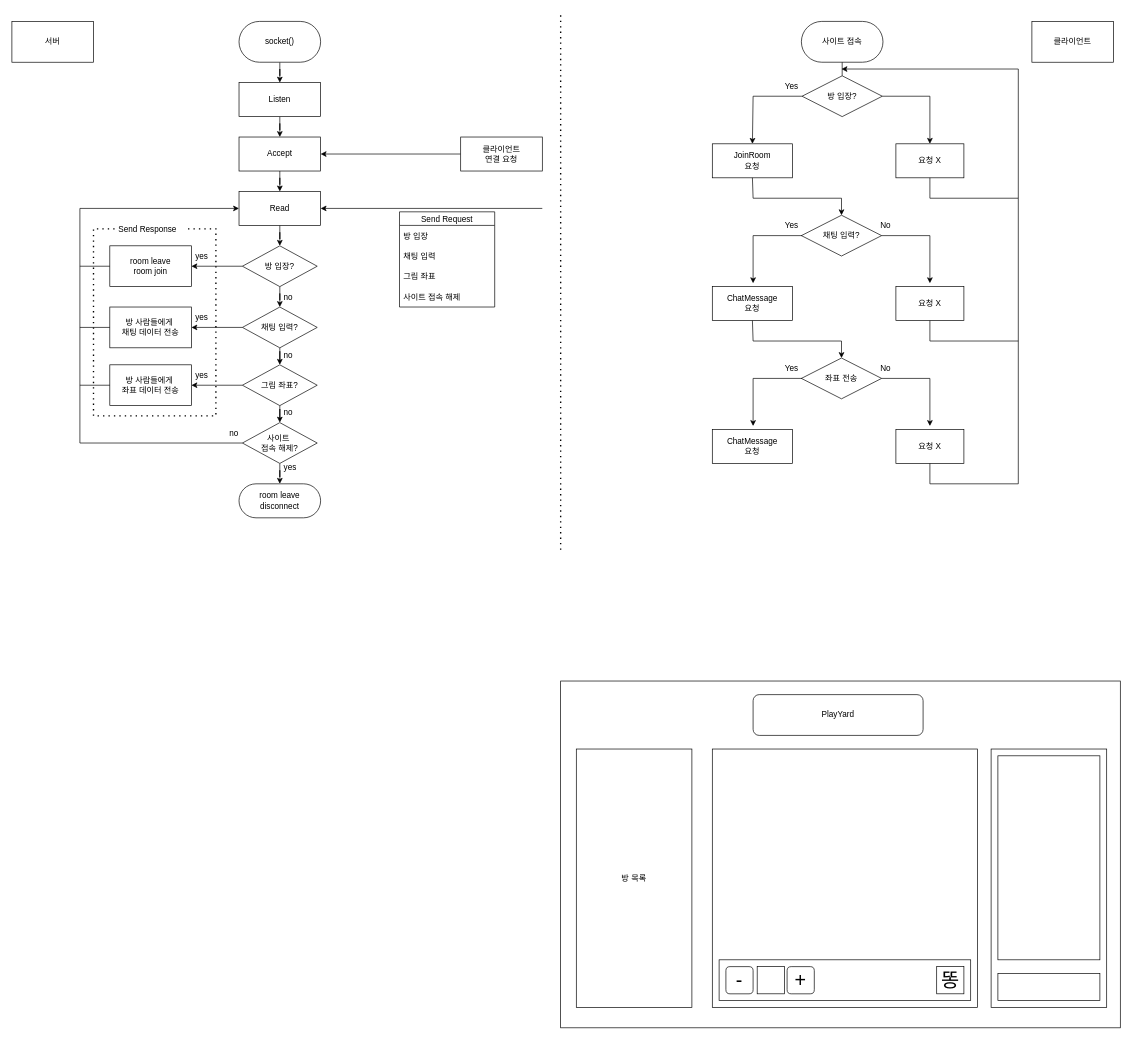
Above: Untitled Diagram.drawio in riulwoo/playyard (draw.io), before the change. Source tidied: cells renumbered, new cells numbered last; positions are measured from the earlier drawing's top-left corner, leaving out a move shared by most shapes. Both pictures are drawn from the tidied source at 68%, with x=0, y=0 at pixel (12, 12).
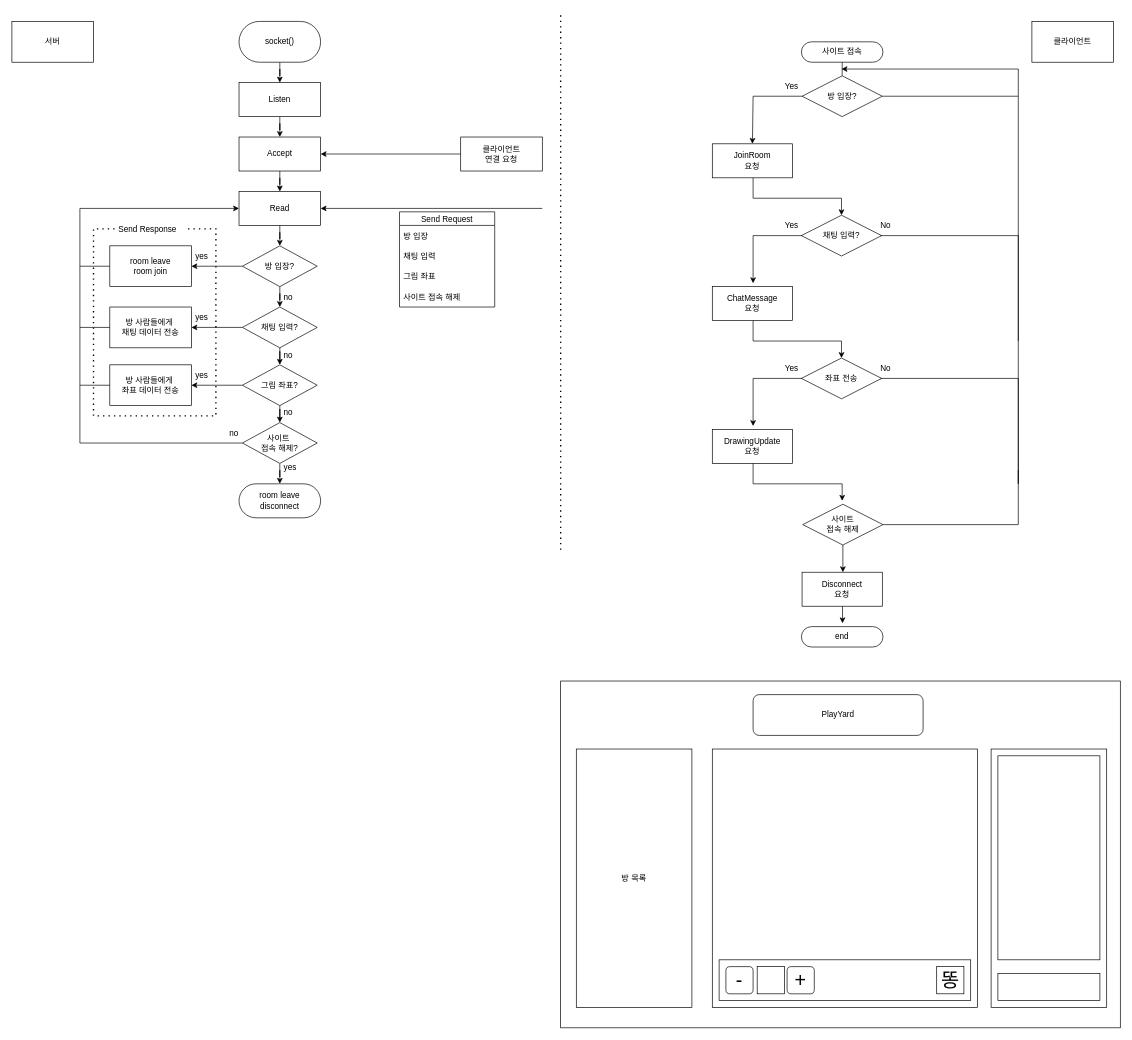
Above is the later version.

Unchanged cells that the change refers to:
```xml
<mxCell id="22" value="방 입장?" style="rhombus;whiteSpace=wrap;html=1;" parent="1" vertex="1">
  <mxGeometry x="1162" y="93" width="118" height="60" as="geometry" />
</mxCell>
<mxCell id="27" value="JoinRoom&lt;br&gt;요청" style="rounded=0;whiteSpace=wrap;html=1;" parent="1" vertex="1">
  <mxGeometry x="1030" y="193" width="118" height="50" as="geometry" />
</mxCell>
<mxCell id="30" value="No" style="text;html=1;strokeColor=none;fillColor=none;align=center;verticalAlign=middle;whiteSpace=wrap;rounded=0;" parent="1" vertex="1">
  <mxGeometry x="1270" y="298" width="30" height="30" as="geometry" />
</mxCell>
<mxCell id="46" value="채팅 입력?" style="rhombus;whiteSpace=wrap;html=1;" parent="1" vertex="1">
  <mxGeometry x="1161" y="298" width="118" height="60" as="geometry" />
</mxCell>
<mxCell id="76" value="No" style="text;html=1;strokeColor=none;fillColor=none;align=center;verticalAlign=middle;whiteSpace=wrap;rounded=0;" parent="1" vertex="1">
  <mxGeometry x="1270" y="508" width="30" height="30" as="geometry" />
</mxCell>
<mxCell id="77" value="좌표 전송" style="rhombus;whiteSpace=wrap;html=1;" parent="1" vertex="1">
  <mxGeometry x="1161" y="508" width="118" height="60" as="geometry" />
</mxCell>
```

Diff of the diagram source:
```diff
@@
     <mxCell id="18" value="사이트 접속" style="rounded=1;whiteSpace=wrap;html=1;arcSize=50;" parent="1" vertex="1">
-      <mxGeometry x="1161" y="13" width="120" height="60" as="geometry" />
+      <mxGeometry x="1161" y="43" width="120" height="30" as="geometry" />
     </mxCell>
@@
-    <mxCell id="42" style="endArrow=classic;html=1;rounded=0;exitX=1;exitY=0.5;exitDx=0;exitDy=0;entryX=0.5;entryY=0;entryDx=0;entryDy=0;" parent="1" edge="1" source="22" target="44">
-      <mxGeometry relative="1" as="geometry">
-        <Array as="points">
-          <mxPoint x="1350" y="123" />
-        </Array>
-      </mxGeometry>
-    </mxCell>
@@
-    <mxCell id="44" value="요청 X" style="rounded=0;whiteSpace=wrap;html=1;" parent="1" vertex="1">
-      <mxGeometry x="1300" y="193" width="100" height="50" as="geometry" />
-    </mxCell>
@@
-    <mxCell id="48" style="endArrow=classic;html=1;rounded=0;exitX=1;exitY=0.5;exitDx=0;exitDy=0;" parent="1" edge="1" source="46">
-      <mxGeometry relative="1" as="geometry">
-        <mxPoint x="1350" y="398" as="targetPoint" />
-        <Array as="points">
-          <mxPoint x="1350" y="328" />
-        </Array>
-      </mxGeometry>
-    </mxCell>
@@
-    <mxCell id="52" style="endArrow=none;html=1;rounded=0;exitX=0.5;exitY=1;exitDx=0;exitDy=0;" parent="1" edge="1" source="27">
+    <mxCell id="52" style="endArrow=none;html=1;rounded=0;" parent="1" edge="1">
       <mxGeometry relative="1" as="geometry">
+        <mxPoint x="1090" y="243" as="sourcePoint" />
         <mxPoint x="1220" y="273" as="targetPoint" />
         <Array as="points">
           <mxPoint x="1090" y="273" />
         </Array>
       </mxGeometry>
     </mxCell>
@@
-    <mxCell id="73" value="요청 X" style="rounded=0;whiteSpace=wrap;html=1;" parent="1" vertex="1">
-      <mxGeometry x="1300" y="403" width="100" height="50" as="geometry" />
-    </mxCell>
@@
-    <mxCell id="78" style="endArrow=classic;html=1;rounded=0;exitX=1;exitY=0.5;exitDx=0;exitDy=0;" parent="1" edge="1" source="77">
-      <mxGeometry relative="1" as="geometry">
-        <mxPoint x="1350" y="608" as="targetPoint" />
-        <Array as="points">
-          <mxPoint x="1350" y="538" />
-        </Array>
-      </mxGeometry>
-    </mxCell>
@@
-    <mxCell id="80" style="endArrow=none;html=1;rounded=0;exitX=0.5;exitY=1;exitDx=0;exitDy=0;" parent="1" edge="1">
+    <mxCell id="80" style="endArrow=none;html=1;rounded=0;" parent="1" edge="1">
       <mxGeometry relative="1" as="geometry">
-        <mxPoint x="1089" y="453" as="sourcePoint" />
+        <mxPoint x="1090" y="453" as="sourcePoint" />
         <mxPoint x="1220" y="483" as="targetPoint" />
         <Array as="points">
           <mxPoint x="1090" y="483" />
         </Array>
       </mxGeometry>
     </mxCell>
@@
-    <mxCell id="82" value="ChatMessage&lt;br&gt;요청" style="rounded=0;whiteSpace=wrap;html=1;" parent="1" vertex="1">
+    <mxCell id="82" value="DrawingUpdate&lt;br&gt;요청" style="rounded=0;whiteSpace=wrap;html=1;" parent="1" vertex="1">
       <mxGeometry x="1030" y="613" width="118" height="50" as="geometry" />
     </mxCell>
-    <mxCell id="83" value="요청 X" style="rounded=0;whiteSpace=wrap;html=1;" parent="1" vertex="1">
-      <mxGeometry x="1300" y="613" width="100" height="50" as="geometry" />
-    </mxCell>
@@
-    <mxCell id="85" style="endArrow=none;html=1;rounded=0;exitX=0.5;exitY=1;exitDx=0;exitDy=0;" parent="1" edge="1">
+    <mxCell id="85" style="endArrow=none;html=1;rounded=0;exitX=1;exitY=0.5;exitDx=0;exitDy=0;" parent="1" edge="1" source="22">
       <mxGeometry relative="1" as="geometry">
-        <mxPoint x="1350" y="243" as="sourcePoint" />
         <mxPoint x="1480" y="83" as="targetPoint" />
         <Array as="points">
-          <mxPoint x="1350" y="273" />
-          <mxPoint x="1480" y="273" />
+          <mxPoint x="1480" y="123" />
         </Array>
       </mxGeometry>
     </mxCell>
@@
-    <mxCell id="87" style="endArrow=none;html=1;rounded=0;exitX=0.5;exitY=1;exitDx=0;exitDy=0;" parent="1" edge="1">
+    <mxCell id="87" style="endArrow=none;html=1;rounded=0;exitX=0.25;exitY=1;exitDx=0;exitDy=0;" parent="1" edge="1" source="30">
       <mxGeometry relative="1" as="geometry">
-        <mxPoint x="1350" y="453" as="sourcePoint" />
-        <mxPoint x="1480" y="273" as="targetPoint" />
+        <mxPoint x="1480" y="123" as="targetPoint" />
         <Array as="points">
-          <mxPoint x="1350" y="483" />
+          <mxPoint x="1480" y="328" />
           <mxPoint x="1480" y="483" />
         </Array>
       </mxGeometry>
     </mxCell>
-    <mxCell id="88" style="endArrow=none;html=1;rounded=0;exitX=0.5;exitY=1;exitDx=0;exitDy=0;" parent="1" edge="1">
+    <mxCell id="88" style="endArrow=none;html=1;rounded=0;exitX=0.25;exitY=1;exitDx=0;exitDy=0;" parent="1" edge="1" source="76">
       <mxGeometry relative="1" as="geometry">
-        <mxPoint x="1350" y="663" as="sourcePoint" />
         <mxPoint x="1480" y="483" as="targetPoint" />
         <Array as="points">
-          <mxPoint x="1350" y="693" />
+          <mxPoint x="1480" y="538" />
           <mxPoint x="1480" y="693" />
         </Array>
       </mxGeometry>
     </mxCell>
+    <mxCell id="92" style="endArrow=none;html=1;rounded=0;exitX=0.5;exitY=1;exitDx=0;exitDy=0;" parent="1" edge="1">
+      <mxGeometry relative="1" as="geometry">
+        <mxPoint x="1090" y="663" as="sourcePoint" />
+        <mxPoint x="1221" y="693" as="targetPoint" />
+        <Array as="points">
+          <mxPoint x="1090" y="693" />
+        </Array>
+      </mxGeometry>
+    </mxCell>
@@
+    <mxCell id="93" style="endArrow=classic;html=1;rounded=0;entryX=0.5;entryY=0;entryDx=0;entryDy=0;" parent="1" edge="1">
+      <mxGeometry relative="1" as="geometry">
+        <mxPoint x="1221" y="693" as="sourcePoint" />
+        <mxPoint x="1221" y="718" as="targetPoint" />
+      </mxGeometry>
+    </mxCell>
@@
+    <mxCell id="94" value="사이트&lt;br&gt;접속 해제" style="rhombus;whiteSpace=wrap;html=1;" parent="1" vertex="1">
+      <mxGeometry x="1163" y="723" width="118" height="60" as="geometry" />
+    </mxCell>
@@
+    <mxCell id="95" style="endArrow=classic;html=1;rounded=0;exitX=0.5;exitY=1;exitDx=0;exitDy=0;" parent="1" edge="1" source="94">
+      <mxGeometry relative="1" as="geometry">
+        <mxPoint x="1222" y="823" as="targetPoint" />
+      </mxGeometry>
+    </mxCell>
+    <mxCell id="96" value="Disconnect&lt;br&gt;요청" style="rounded=0;whiteSpace=wrap;html=1;" parent="1" vertex="1">
+      <mxGeometry x="1162" y="823" width="118" height="50" as="geometry" />
+    </mxCell>
+    <mxCell id="97" style="endArrow=classic;html=1;rounded=0;entryX=0.5;entryY=0;entryDx=0;entryDy=0;" parent="1" edge="1">
+      <mxGeometry relative="1" as="geometry">
+        <mxPoint x="1221.5" y="873" as="sourcePoint" />
+        <mxPoint x="1221.5" y="898" as="targetPoint" />
+      </mxGeometry>
+    </mxCell>
+    <mxCell id="98" style="endArrow=none;html=1;rounded=0;exitX=1;exitY=0.5;exitDx=0;exitDy=0;" parent="1" edge="1" source="94">
+      <mxGeometry relative="1" as="geometry">
+        <mxPoint x="1480" y="673" as="targetPoint" />
+        <Array as="points">
+          <mxPoint x="1480" y="753" />
+        </Array>
+      </mxGeometry>
+    </mxCell>
+    <mxCell id="99" value="end" style="rounded=1;whiteSpace=wrap;html=1;arcSize=50;" parent="1" vertex="1">
+      <mxGeometry x="1161" y="903" width="120" height="30" as="geometry" />
+    </mxCell>
```
